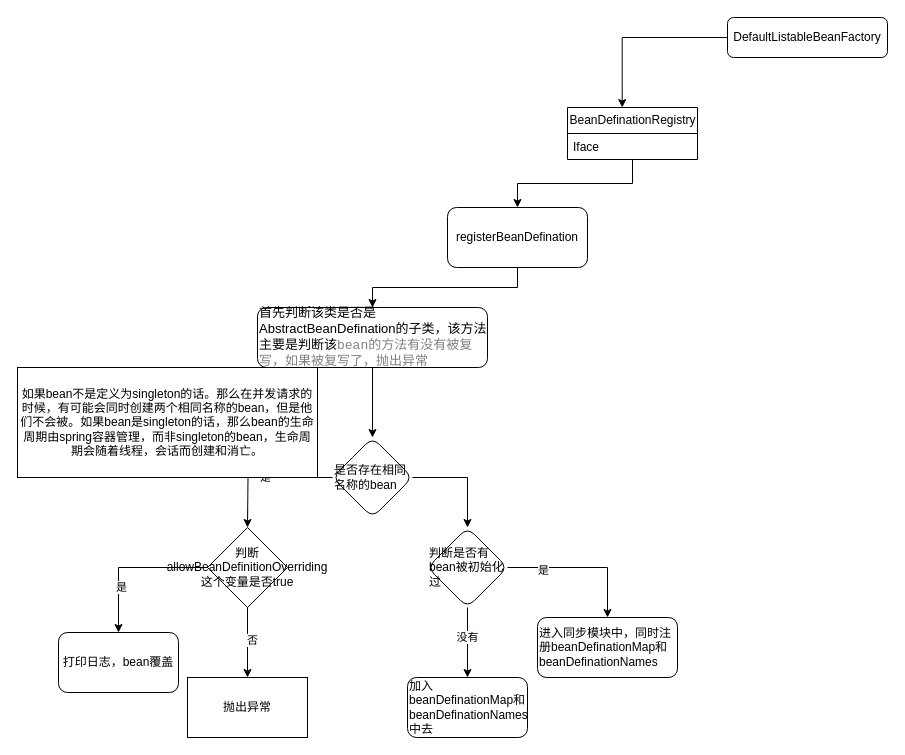
This is 未命名绘图.drawio from fjw666-py/spring_framework_draw_io, a draw.io file, before an edit. Source tidied: cells renumbered, new cells numbered last; positions are measured from the earlier drawing's top-left corner, leaving out a move shared by most shapes. Both pictures are drawn from the tidied source at 100%, with x=0, y=0 at pixel (17, 17).
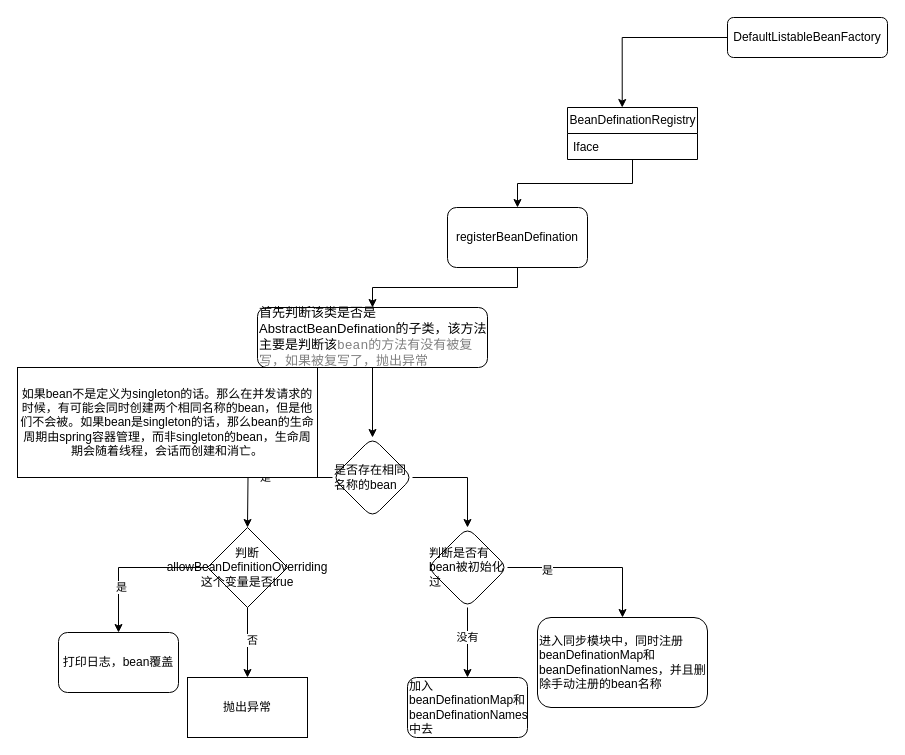
After the change.

Commit message (it also covers changes not shown here):
更新未命名绘图.drawio

The edit, as a diff of the source:
```diff
@@
-    <mxCell id="27" value="进入同步模块中，同时注册beanDefinationMap和beanDefinationNames" style="whiteSpace=wrap;html=1;align=left;fillColor=none;rounded=1;fontStyle=0;startSize=26;" parent="1" vertex="1">
-      <mxGeometry x="520" y="600" width="140" height="60" as="geometry" />
+    <mxCell id="27" value="进入同步模块中，同时注册beanDefinationMap和beanDefinationNames，并且删除手动注册的bean名称" style="whiteSpace=wrap;html=1;align=left;fillColor=none;rounded=1;fontStyle=0;startSize=26;" parent="1" vertex="1">
+      <mxGeometry x="520" y="600" width="170" height="90" as="geometry" />
     </mxCell>
```
